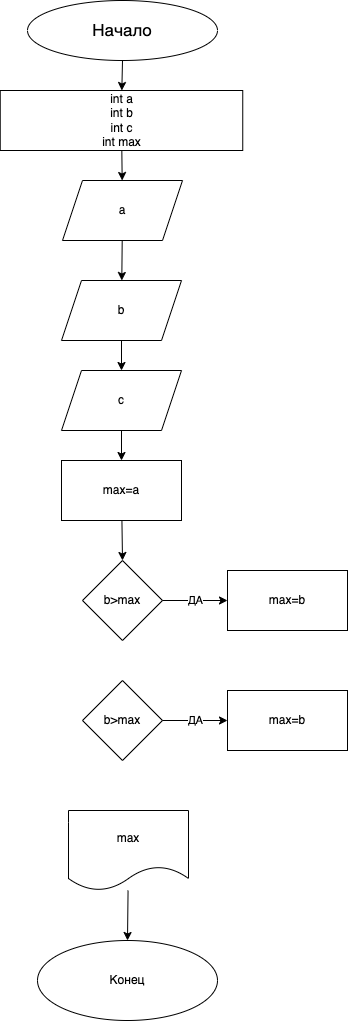
This is ДЗ 1.2/Diagram.drawio.png from SSAnton/C-DZ1, a draw.io export, as it was before one commit. Source tidied: cells renumbered, new cells last; positions are measured from the earlier drawing's top-left corner, leaving out a move shared by most shapes. Source of this version:
```xml
<mxGraphModel>
  <root>
    <mxCell id="0" />
    <mxCell id="1" parent="0" />
    <mxCell id="2" style="edgeStyle=none;html=1;fontSize=17;" parent="1" edge="1" source="3" target="5">
      <mxGeometry relative="1" as="geometry" />
    </mxCell>
    <mxCell id="3" value="&lt;font style=&quot;font-size: 17px;&quot;&gt;Начало&lt;/font&gt;" style="ellipse;whiteSpace=wrap;html=1;" parent="1" vertex="1">
      <mxGeometry x="27" width="190" height="60" as="geometry" />
    </mxCell>
    <mxCell id="4" style="edgeStyle=none;html=1;fontSize=17;" parent="1" edge="1" source="5" target="7">
      <mxGeometry relative="1" as="geometry" />
    </mxCell>
    <mxCell id="5" value="int a&lt;br&gt;int b&lt;br&gt;int c&lt;br&gt;int max" style="whiteSpace=wrap;html=1;" parent="1" vertex="1">
      <mxGeometry x="-0.2" y="90" width="242.5" height="60" as="geometry" />
    </mxCell>
    <mxCell id="6" style="edgeStyle=none;html=1;fontSize=14;" parent="1" edge="1" source="7" target="9">
      <mxGeometry relative="1" as="geometry" />
    </mxCell>
    <mxCell id="7" value="a" style="shape=parallelogram;perimeter=parallelogramPerimeter;whiteSpace=wrap;html=1;fixedSize=1;" parent="1" vertex="1">
      <mxGeometry x="62" y="180" width="120" height="60" as="geometry" />
    </mxCell>
    <mxCell id="8" style="edgeStyle=none;html=1;entryX=0.5;entryY=0;entryDx=0;entryDy=0;" parent="1" edge="1" source="9" target="19">
      <mxGeometry relative="1" as="geometry" />
    </mxCell>
    <mxCell id="9" value="b" style="shape=parallelogram;perimeter=parallelogramPerimeter;whiteSpace=wrap;html=1;fixedSize=1;" parent="1" vertex="1">
      <mxGeometry x="61" y="280" width="120" height="60" as="geometry" />
    </mxCell>
    <mxCell id="10" value="Конец" style="ellipse;whiteSpace=wrap;html=1;" parent="1" vertex="1">
      <mxGeometry x="37" y="940" width="180" height="80" as="geometry" />
    </mxCell>
    <mxCell id="11" value="ДА" style="edgeStyle=none;html=1;" parent="1" edge="1" source="12" target="15">
      <mxGeometry relative="1" as="geometry" />
    </mxCell>
    <mxCell id="12" value="b&amp;gt;max" style="rhombus;whiteSpace=wrap;html=1;" parent="1" vertex="1">
      <mxGeometry x="82" y="560" width="80" height="80" as="geometry" />
    </mxCell>
    <mxCell id="13" style="edgeStyle=none;html=1;entryX=0.5;entryY=0;entryDx=0;entryDy=0;" parent="1" edge="1" source="14" target="12">
      <mxGeometry relative="1" as="geometry" />
    </mxCell>
    <mxCell id="14" value="max=a" style="whiteSpace=wrap;html=1;" parent="1" vertex="1">
      <mxGeometry x="61" y="460" width="120" height="60" as="geometry" />
    </mxCell>
    <mxCell id="15" value="max=b" style="whiteSpace=wrap;html=1;" parent="1" vertex="1">
      <mxGeometry x="227" y="570" width="120" height="60" as="geometry" />
    </mxCell>
    <mxCell id="16" style="edgeStyle=none;html=1;entryX=0.5;entryY=0;entryDx=0;entryDy=0;" parent="1" edge="1" source="17" target="10">
      <mxGeometry relative="1" as="geometry" />
    </mxCell>
    <mxCell id="17" value="max" style="shape=document;whiteSpace=wrap;html=1;boundedLbl=1;" parent="1" vertex="1">
      <mxGeometry x="68" y="810" width="120" height="80" as="geometry" />
    </mxCell>
    <mxCell id="18" style="edgeStyle=none;html=1;entryX=0.5;entryY=0;entryDx=0;entryDy=0;" parent="1" edge="1" source="19" target="14">
      <mxGeometry relative="1" as="geometry" />
    </mxCell>
    <mxCell id="19" value="c" style="shape=parallelogram;perimeter=parallelogramPerimeter;whiteSpace=wrap;html=1;fixedSize=1;" parent="1" vertex="1">
      <mxGeometry x="61" y="370" width="120" height="60" as="geometry" />
    </mxCell>
    <mxCell id="20" value="ДА" style="edgeStyle=none;html=1;" parent="1" edge="1" source="21" target="22">
      <mxGeometry relative="1" as="geometry" />
    </mxCell>
    <mxCell id="21" value="b&amp;gt;max" style="rhombus;whiteSpace=wrap;html=1;" parent="1" vertex="1">
      <mxGeometry x="82" y="680" width="80" height="80" as="geometry" />
    </mxCell>
    <mxCell id="22" value="max=b" style="whiteSpace=wrap;html=1;" parent="1" vertex="1">
      <mxGeometry x="227" y="690" width="120" height="60" as="geometry" />
    </mxCell>
  </root>
</mxGraphModel>
```
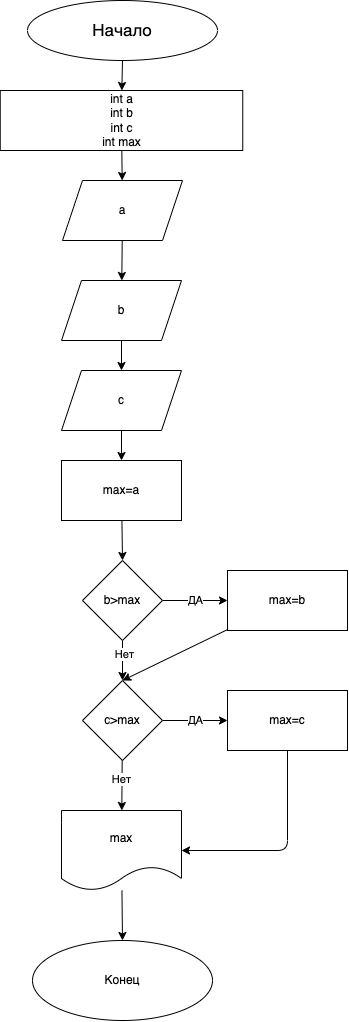
The same file after the commit.

Commit message:
Изменена блок схема в ДЗ 1.2

What changed in the source:
```diff
@@ -27,11 +27,17 @@
       <mxGeometry x="61" y="280" width="120" height="60" as="geometry" />
     </mxCell>
     <mxCell id="10" value="Конец" style="ellipse;whiteSpace=wrap;html=1;" parent="1" vertex="1">
-      <mxGeometry x="37" y="940" width="180" height="80" as="geometry" />
+      <mxGeometry x="32" y="940" width="180" height="80" as="geometry" />
     </mxCell>
     <mxCell id="11" value="ДА" style="edgeStyle=none;html=1;" parent="1" edge="1" source="12" target="15">
       <mxGeometry relative="1" as="geometry" />
     </mxCell>
+    <mxCell id="23" style="edgeStyle=none;html=1;" parent="1" edge="1" source="12" target="21">
+      <mxGeometry relative="1" as="geometry" />
+    </mxCell>
+    <mxCell id="24" value="Нет" style="edgeLabel;html=1;align=center;verticalAlign=middle;" parent="23" vertex="1">
+      <mxGeometry x="-0.33" y="1" relative="1" as="geometry" />
+    </mxCell>
     <mxCell id="12" value="b&amp;gt;max" style="rhombus;whiteSpace=wrap;html=1;" parent="1" vertex="1">
       <mxGeometry x="82" y="560" width="80" height="80" as="geometry" />
     </mxCell>
@@ -41,6 +47,9 @@
     <mxCell id="14" value="max=a" style="whiteSpace=wrap;html=1;" parent="1" vertex="1">
       <mxGeometry x="61" y="460" width="120" height="60" as="geometry" />
     </mxCell>
+    <mxCell id="25" style="edgeStyle=none;html=1;entryX=0.5;entryY=0;entryDx=0;entryDy=0;" parent="1" edge="1" source="15" target="21">
+      <mxGeometry relative="1" as="geometry" />
+    </mxCell>
     <mxCell id="15" value="max=b" style="whiteSpace=wrap;html=1;" parent="1" vertex="1">
       <mxGeometry x="227" y="570" width="120" height="60" as="geometry" />
     </mxCell>
@@ -48,7 +57,7 @@
       <mxGeometry relative="1" as="geometry" />
     </mxCell>
     <mxCell id="17" value="max" style="shape=document;whiteSpace=wrap;html=1;boundedLbl=1;" parent="1" vertex="1">
-      <mxGeometry x="68" y="810" width="120" height="80" as="geometry" />
+      <mxGeometry x="61" y="810" width="120" height="80" as="geometry" />
     </mxCell>
     <mxCell id="18" style="edgeStyle=none;html=1;entryX=0.5;entryY=0;entryDx=0;entryDy=0;" parent="1" edge="1" source="19" target="14">
       <mxGeometry relative="1" as="geometry" />
@@ -59,10 +68,23 @@
     <mxCell id="20" value="ДА" style="edgeStyle=none;html=1;" parent="1" edge="1" source="21" target="22">
       <mxGeometry relative="1" as="geometry" />
     </mxCell>
+    <mxCell id="26" style="edgeStyle=none;html=1;" parent="1" edge="1" source="21" target="17">
+      <mxGeometry relative="1" as="geometry" />
+    </mxCell>
+    <mxCell id="27" value="Нет" style="edgeLabel;html=1;align=center;verticalAlign=middle;" parent="26" vertex="1">
+      <mxGeometry x="-0.33" y="-2" relative="1" as="geometry" />
+    </mxCell>
-    <mxCell id="21" value="b&amp;gt;max" style="rhombus;whiteSpace=wrap;html=1;" parent="1" vertex="1">
+    <mxCell id="21" value="c&amp;gt;max" style="rhombus;whiteSpace=wrap;html=1;" parent="1" vertex="1">
       <mxGeometry x="82" y="680" width="80" height="80" as="geometry" />
     </mxCell>
+    <mxCell id="28" style="edgeStyle=none;html=1;entryX=1;entryY=0.5;entryDx=0;entryDy=0;" parent="1" edge="1" source="22" target="17">
+      <mxGeometry relative="1" as="geometry">
+        <Array as="points">
+          <mxPoint x="287" y="850" />
+        </Array>
+      </mxGeometry>
+    </mxCell>
-    <mxCell id="22" value="max=b" style="whiteSpace=wrap;html=1;" parent="1" vertex="1">
+    <mxCell id="22" value="max=c" style="whiteSpace=wrap;html=1;" parent="1" vertex="1">
       <mxGeometry x="227" y="690" width="120" height="60" as="geometry" />
     </mxCell>
   </root>
```
